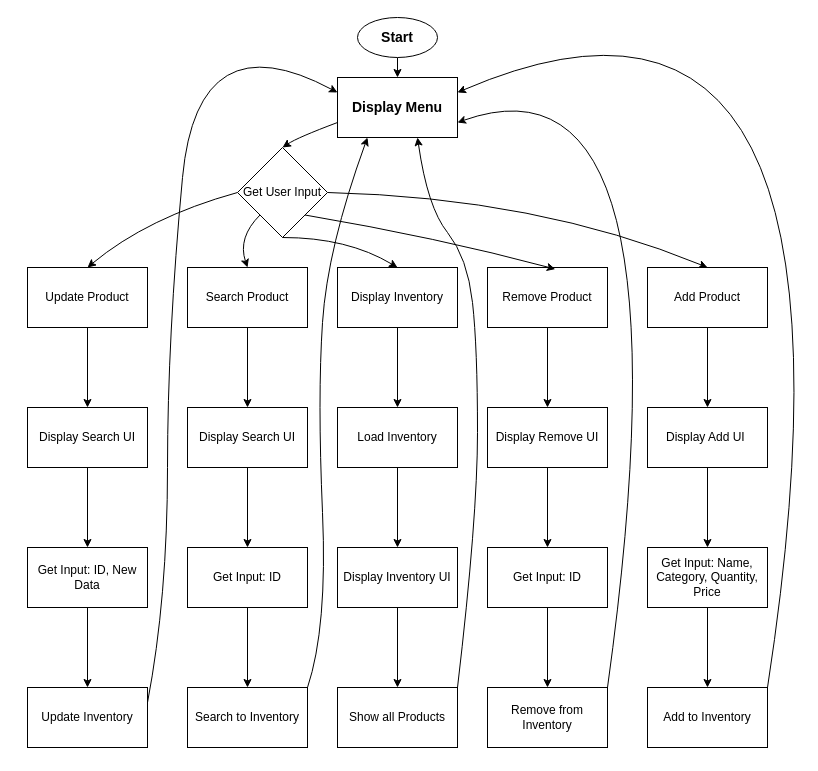
Earlier version of the draw.io diagram flow.drawio (jooecoodes/inventory-management). Source tidied: cells renumbered, new cells numbered last; positions are measured from the earlier drawing's top-left corner, leaving out a move shared by most shapes. Both pictures are drawn from the tidied source at 100%, with x=0, y=0 at pixel (27, -93).
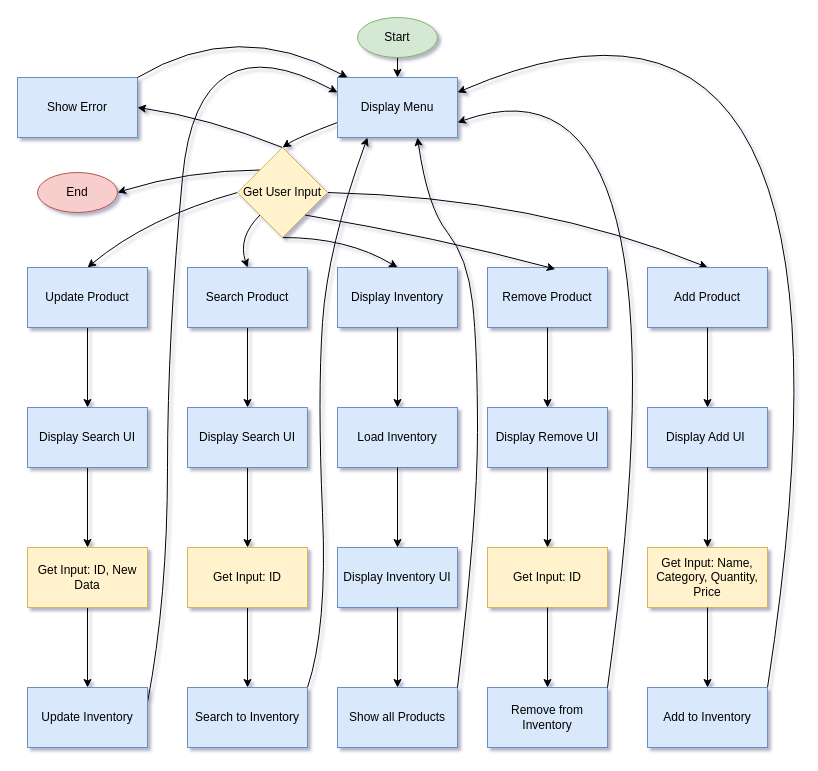
The same page after the edit.

What changed in the source:
```diff
@@
-<mxGraphModel>
+<mxGraphModel background="#ffffff" shadow="1">
@@
-    <mxCell id="3" value="Start" style="ellipse;whiteSpace=wrap;html=1;fontStyle=1;fontSize=14;" parent="1" vertex="1">
+    <mxCell id="3" value="&lt;span style=&quot;font-weight: normal;&quot;&gt;Start&lt;/span&gt;" style="ellipse;whiteSpace=wrap;html=1;fontStyle=1;fontSize=12;fillColor=#d5e8d4;strokeColor=#82b366;" parent="1" vertex="1">
       <mxGeometry x="330" y="110" width="80" height="40" as="geometry" />
     </mxCell>
@@
+    <mxCell id="52" style="edgeStyle=none;html=1;exitX=0;exitY=1;exitDx=0;exitDy=0;entryX=1;entryY=0.5;entryDx=0;entryDy=0;rounded=0;curved=1;" parent="1" edge="1" source="8" target="54">
+      <mxGeometry relative="1" as="geometry">
+        <Array as="points">
+          <mxPoint x="160" y="263" />
+        </Array>
+      </mxGeometry>
+    </mxCell>
+    <mxCell id="53" style="edgeStyle=none;html=1;exitX=0;exitY=0.5;exitDx=0;exitDy=0;entryX=1;entryY=0.5;entryDx=0;entryDy=0;rounded=0;curved=1;" parent="1" edge="1" source="8" target="55">
+      <mxGeometry relative="1" as="geometry">
+        <Array as="points">
+          <mxPoint x="180" y="210" />
+        </Array>
+      </mxGeometry>
+    </mxCell>
-    <mxCell id="8" value="Get User Input" style="rhombus;whiteSpace=wrap;html=1;direction=south;" parent="1" vertex="1">
+    <mxCell id="8" value="Get User Input" style="rhombus;whiteSpace=wrap;html=1;direction=south;fillColor=#fff2cc;strokeColor=#d6b656;" parent="1" vertex="1">
       <mxGeometry x="210" y="240" width="90" height="90" as="geometry" />
     </mxCell>
@@
-    <mxCell id="10" value="Display Menu" style="whiteSpace=wrap;html=1;fontSize=14;fontStyle=1;" parent="1" vertex="1">
+    <mxCell id="10" value="&lt;span style=&quot;font-weight: normal;&quot;&gt;Display Menu&lt;/span&gt;" style="whiteSpace=wrap;html=1;fontSize=12;fontStyle=1;fillColor=#dae8fc;strokeColor=#6c8ebf;" parent="1" vertex="1">
       <mxGeometry x="310" y="170" width="120" height="60" as="geometry" />
     </mxCell>
@@
-    <mxCell id="12" value="Update Product" style="rounded=0;whiteSpace=wrap;html=1;" parent="1" vertex="1">
+    <mxCell id="12" value="Update Product" style="rounded=0;whiteSpace=wrap;html=1;fillColor=#dae8fc;strokeColor=#6c8ebf;" parent="1" vertex="1">
       <mxGeometry y="360" width="120" height="60" as="geometry" />
     </mxCell>
@@
-    <mxCell id="14" value="Display Search UI" style="rounded=0;whiteSpace=wrap;html=1;" parent="1" vertex="1">
+    <mxCell id="14" value="Display Search UI" style="rounded=0;whiteSpace=wrap;html=1;fillColor=#dae8fc;strokeColor=#6c8ebf;" parent="1" vertex="1">
       <mxGeometry y="500" width="120" height="60" as="geometry" />
     </mxCell>
@@
-    <mxCell id="16" value="Get Input: ID, New Data" style="rounded=0;whiteSpace=wrap;html=1;" parent="1" vertex="1">
+    <mxCell id="16" value="Get Input: ID, New Data" style="rounded=0;whiteSpace=wrap;html=1;fillColor=#fff2cc;strokeColor=#d6b656;" parent="1" vertex="1">
       <mxGeometry y="640" width="120" height="60" as="geometry" />
     </mxCell>
@@
-    <mxCell id="18" value="Update Inventory" style="rounded=0;whiteSpace=wrap;html=1;" parent="1" vertex="1">
+    <mxCell id="18" value="Update Inventory" style="rounded=0;whiteSpace=wrap;html=1;fillColor=#dae8fc;strokeColor=#6c8ebf;" parent="1" vertex="1">
       <mxGeometry y="780" width="120" height="60" as="geometry" />
     </mxCell>
@@
-    <mxCell id="20" value="Search Product" style="rounded=0;whiteSpace=wrap;html=1;" parent="1" vertex="1">
+    <mxCell id="20" value="Search Product" style="rounded=0;whiteSpace=wrap;html=1;fillColor=#dae8fc;strokeColor=#6c8ebf;" parent="1" vertex="1">
       <mxGeometry x="160" y="360" width="120" height="60" as="geometry" />
     </mxCell>
@@
-    <mxCell id="22" value="Display Search UI" style="rounded=0;whiteSpace=wrap;html=1;" parent="1" vertex="1">
+    <mxCell id="22" value="Display Search UI" style="rounded=0;whiteSpace=wrap;html=1;fillColor=#dae8fc;strokeColor=#6c8ebf;" parent="1" vertex="1">
       <mxGeometry x="160" y="500" width="120" height="60" as="geometry" />
     </mxCell>
@@
-    <mxCell id="24" value="Get Input: ID" style="rounded=0;whiteSpace=wrap;html=1;" parent="1" vertex="1">
+    <mxCell id="24" value="Get Input: ID" style="rounded=0;whiteSpace=wrap;html=1;fillColor=#fff2cc;strokeColor=#d6b656;" parent="1" vertex="1">
       <mxGeometry x="160" y="640" width="120" height="60" as="geometry" />
     </mxCell>
@@
-    <mxCell id="26" value="Search to Inventory" style="rounded=0;whiteSpace=wrap;html=1;" parent="1" vertex="1">
+    <mxCell id="26" value="Search to Inventory" style="rounded=0;whiteSpace=wrap;html=1;fillColor=#dae8fc;strokeColor=#6c8ebf;" parent="1" vertex="1">
       <mxGeometry x="160" y="780" width="120" height="60" as="geometry" />
     </mxCell>
-    <mxCell id="27" value="Display Inventory" style="rounded=0;whiteSpace=wrap;html=1;" parent="1" vertex="1">
+    <mxCell id="27" value="Display Inventory" style="rounded=0;whiteSpace=wrap;html=1;fillColor=#dae8fc;strokeColor=#6c8ebf;" parent="1" vertex="1">
       <mxGeometry x="310" y="360" width="120" height="60" as="geometry" />
     </mxCell>
@@
-    <mxCell id="29" value="Load Inventory" style="rounded=0;whiteSpace=wrap;html=1;" parent="1" vertex="1">
+    <mxCell id="29" value="Load Inventory" style="rounded=0;whiteSpace=wrap;html=1;fillColor=#dae8fc;strokeColor=#6c8ebf;" parent="1" vertex="1">
       <mxGeometry x="310" y="500" width="120" height="60" as="geometry" />
     </mxCell>
@@
-    <mxCell id="31" value="Display Inventory UI" style="rounded=0;whiteSpace=wrap;html=1;" parent="1" vertex="1">
+    <mxCell id="31" value="Display Inventory UI" style="rounded=0;whiteSpace=wrap;html=1;fillColor=#dae8fc;strokeColor=#6c8ebf;" parent="1" vertex="1">
       <mxGeometry x="310" y="640" width="120" height="60" as="geometry" />
     </mxCell>
@@
-    <mxCell id="33" value="Show all Products" style="rounded=0;whiteSpace=wrap;html=1;" parent="1" vertex="1">
+    <mxCell id="33" value="Show all Products" style="rounded=0;whiteSpace=wrap;html=1;fillColor=#dae8fc;strokeColor=#6c8ebf;" parent="1" vertex="1">
       <mxGeometry x="310" y="780" width="120" height="60" as="geometry" />
     </mxCell>
-    <mxCell id="34" value="Remove Product" style="rounded=0;whiteSpace=wrap;html=1;" parent="1" vertex="1">
+    <mxCell id="34" value="Remove Product" style="rounded=0;whiteSpace=wrap;html=1;fillColor=#dae8fc;strokeColor=#6c8ebf;" parent="1" vertex="1">
       <mxGeometry x="460" y="360" width="120" height="60" as="geometry" />
     </mxCell>
@@
-    <mxCell id="36" value="Display Remove UI" style="rounded=0;whiteSpace=wrap;html=1;" parent="1" vertex="1">
+    <mxCell id="36" value="Display Remove UI" style="rounded=0;whiteSpace=wrap;html=1;fillColor=#dae8fc;strokeColor=#6c8ebf;" parent="1" vertex="1">
       <mxGeometry x="460" y="500" width="120" height="60" as="geometry" />
     </mxCell>
@@
-    <mxCell id="38" value="Get Input: ID" style="rounded=0;whiteSpace=wrap;html=1;" parent="1" vertex="1">
+    <mxCell id="38" value="Get Input: ID" style="rounded=0;whiteSpace=wrap;html=1;fillColor=#fff2cc;strokeColor=#d6b656;" parent="1" vertex="1">
       <mxGeometry x="460" y="640" width="120" height="60" as="geometry" />
     </mxCell>
@@
-    <mxCell id="40" value="Remove from Inventory" style="rounded=0;whiteSpace=wrap;html=1;" parent="1" vertex="1">
+    <mxCell id="40" value="Remove from Inventory" style="rounded=0;whiteSpace=wrap;html=1;fillColor=#dae8fc;strokeColor=#6c8ebf;" parent="1" vertex="1">
       <mxGeometry x="460" y="780" width="120" height="60" as="geometry" />
     </mxCell>
-    <mxCell id="41" value="Add Product" style="rounded=0;whiteSpace=wrap;html=1;" parent="1" vertex="1">
+    <mxCell id="41" value="Add Product" style="rounded=0;whiteSpace=wrap;html=1;fillColor=#dae8fc;strokeColor=#6c8ebf;" parent="1" vertex="1">
       <mxGeometry x="620" y="360" width="120" height="60" as="geometry" />
     </mxCell>
@@
-    <mxCell id="43" value="Display Add UI&amp;nbsp;" style="rounded=0;whiteSpace=wrap;html=1;" parent="1" vertex="1">
+    <mxCell id="43" value="Display Add UI&amp;nbsp;" style="rounded=0;whiteSpace=wrap;html=1;fillColor=#dae8fc;strokeColor=#6c8ebf;" parent="1" vertex="1">
       <mxGeometry x="620" y="500" width="120" height="60" as="geometry" />
     </mxCell>
@@
-    <mxCell id="45" value="Get Input: Name, Category, Quantity, Price" style="rounded=0;whiteSpace=wrap;html=1;" parent="1" vertex="1">
+    <mxCell id="45" value="Get Input: Name, Category, Quantity, Price" style="rounded=0;whiteSpace=wrap;html=1;fillColor=#fff2cc;strokeColor=#d6b656;" parent="1" vertex="1">
       <mxGeometry x="620" y="640" width="120" height="60" as="geometry" />
     </mxCell>
@@
-    <mxCell id="48" value="Add to Inventory" style="rounded=0;whiteSpace=wrap;html=1;" parent="1" vertex="1">
+    <mxCell id="48" value="Add to Inventory" style="rounded=0;whiteSpace=wrap;html=1;fillColor=#dae8fc;strokeColor=#6c8ebf;" parent="1" vertex="1">
       <mxGeometry x="620" y="780" width="120" height="60" as="geometry" />
     </mxCell>
@@
+    <mxCell id="54" value="&lt;span style=&quot;font-weight: normal;&quot;&gt;End&lt;/span&gt;" style="ellipse;whiteSpace=wrap;html=1;fontStyle=1;fontSize=12;fillColor=#f8cecc;strokeColor=#b85450;" parent="1" vertex="1">
+      <mxGeometry x="10" y="265" width="80" height="40" as="geometry" />
+    </mxCell>
+    <mxCell id="55" value="&lt;span style=&quot;font-weight: 400;&quot;&gt;Show Error&lt;/span&gt;" style="whiteSpace=wrap;html=1;fontSize=12;fontStyle=1;fillColor=#dae8fc;strokeColor=#6c8ebf;" parent="1" vertex="1">
+      <mxGeometry x="-10" y="170" width="120" height="60" as="geometry" />
+    </mxCell>
+    <mxCell id="56" style="edgeStyle=none;html=1;exitX=1;exitY=0;exitDx=0;exitDy=0;entryX=0.083;entryY=0;entryDx=0;entryDy=0;entryPerimeter=0;rounded=0;curved=1;" parent="1" edge="1" source="55" target="10">
+      <mxGeometry relative="1" as="geometry">
+        <Array as="points">
+          <mxPoint x="210" y="110" />
+        </Array>
+      </mxGeometry>
+    </mxCell>
```
